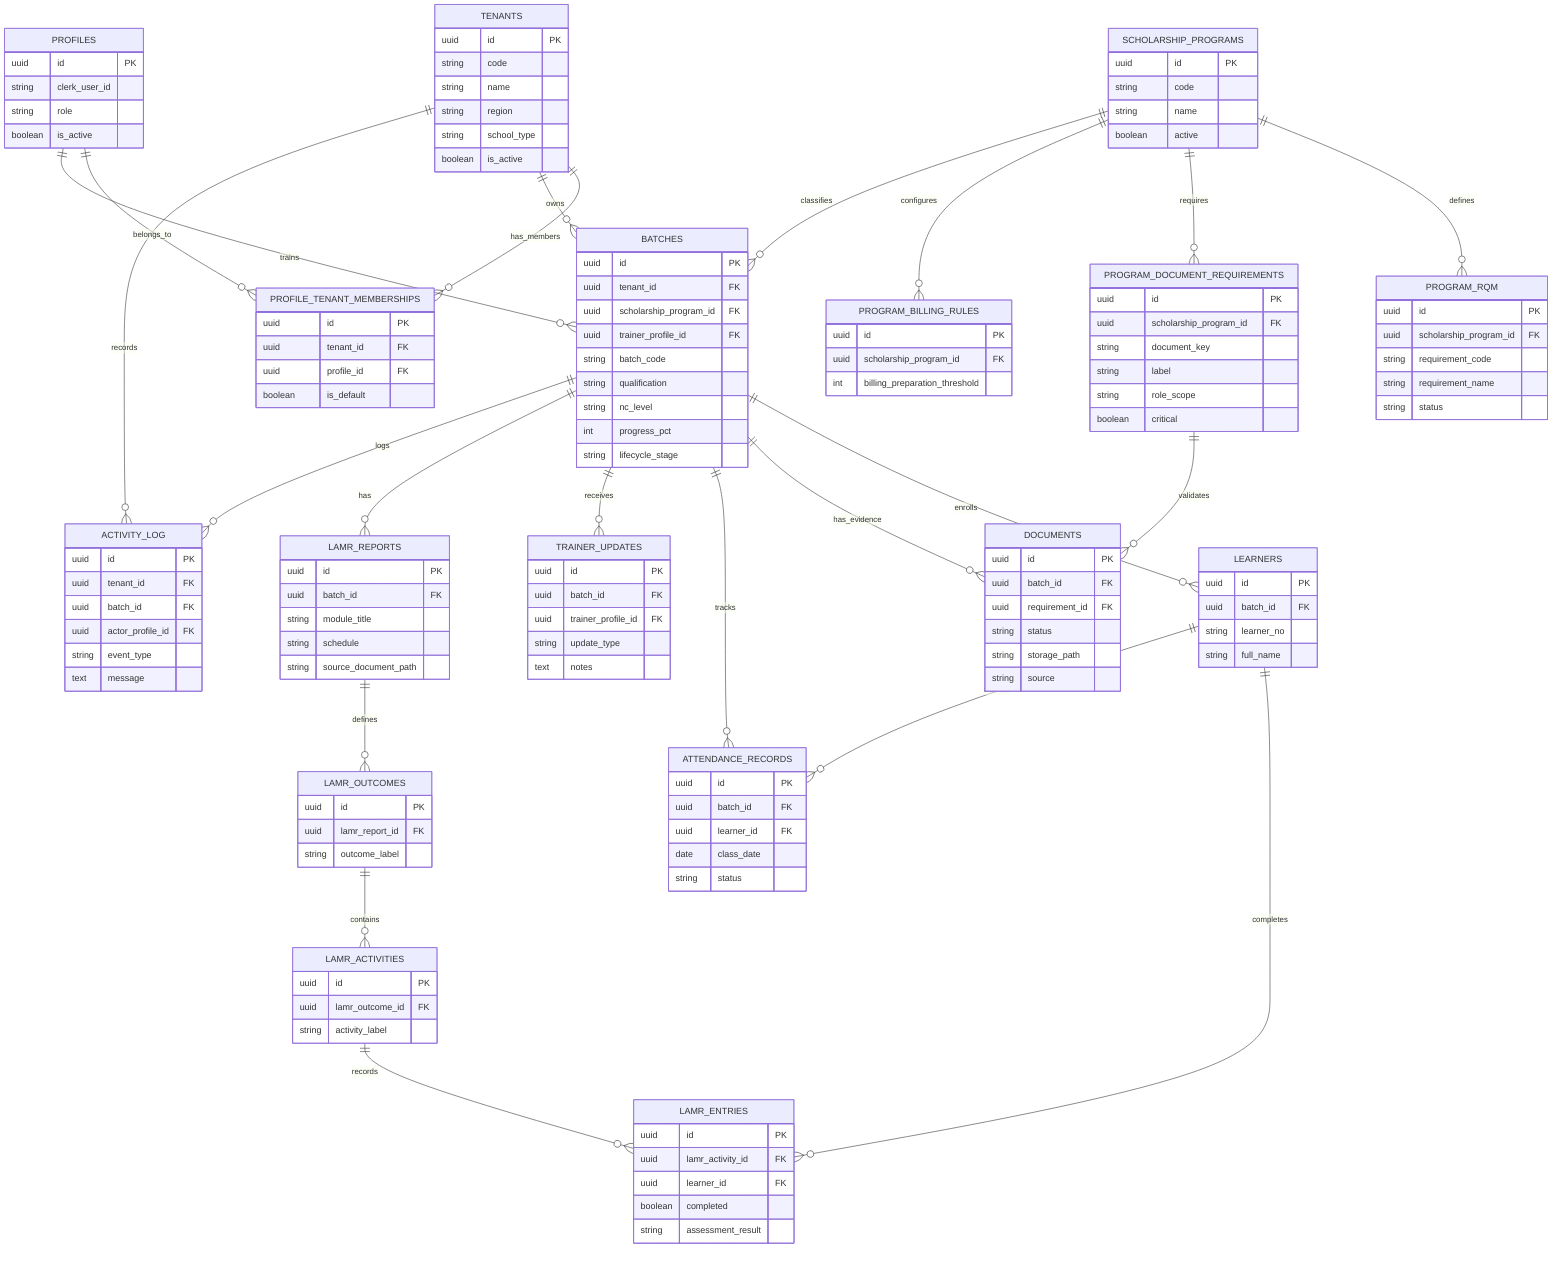
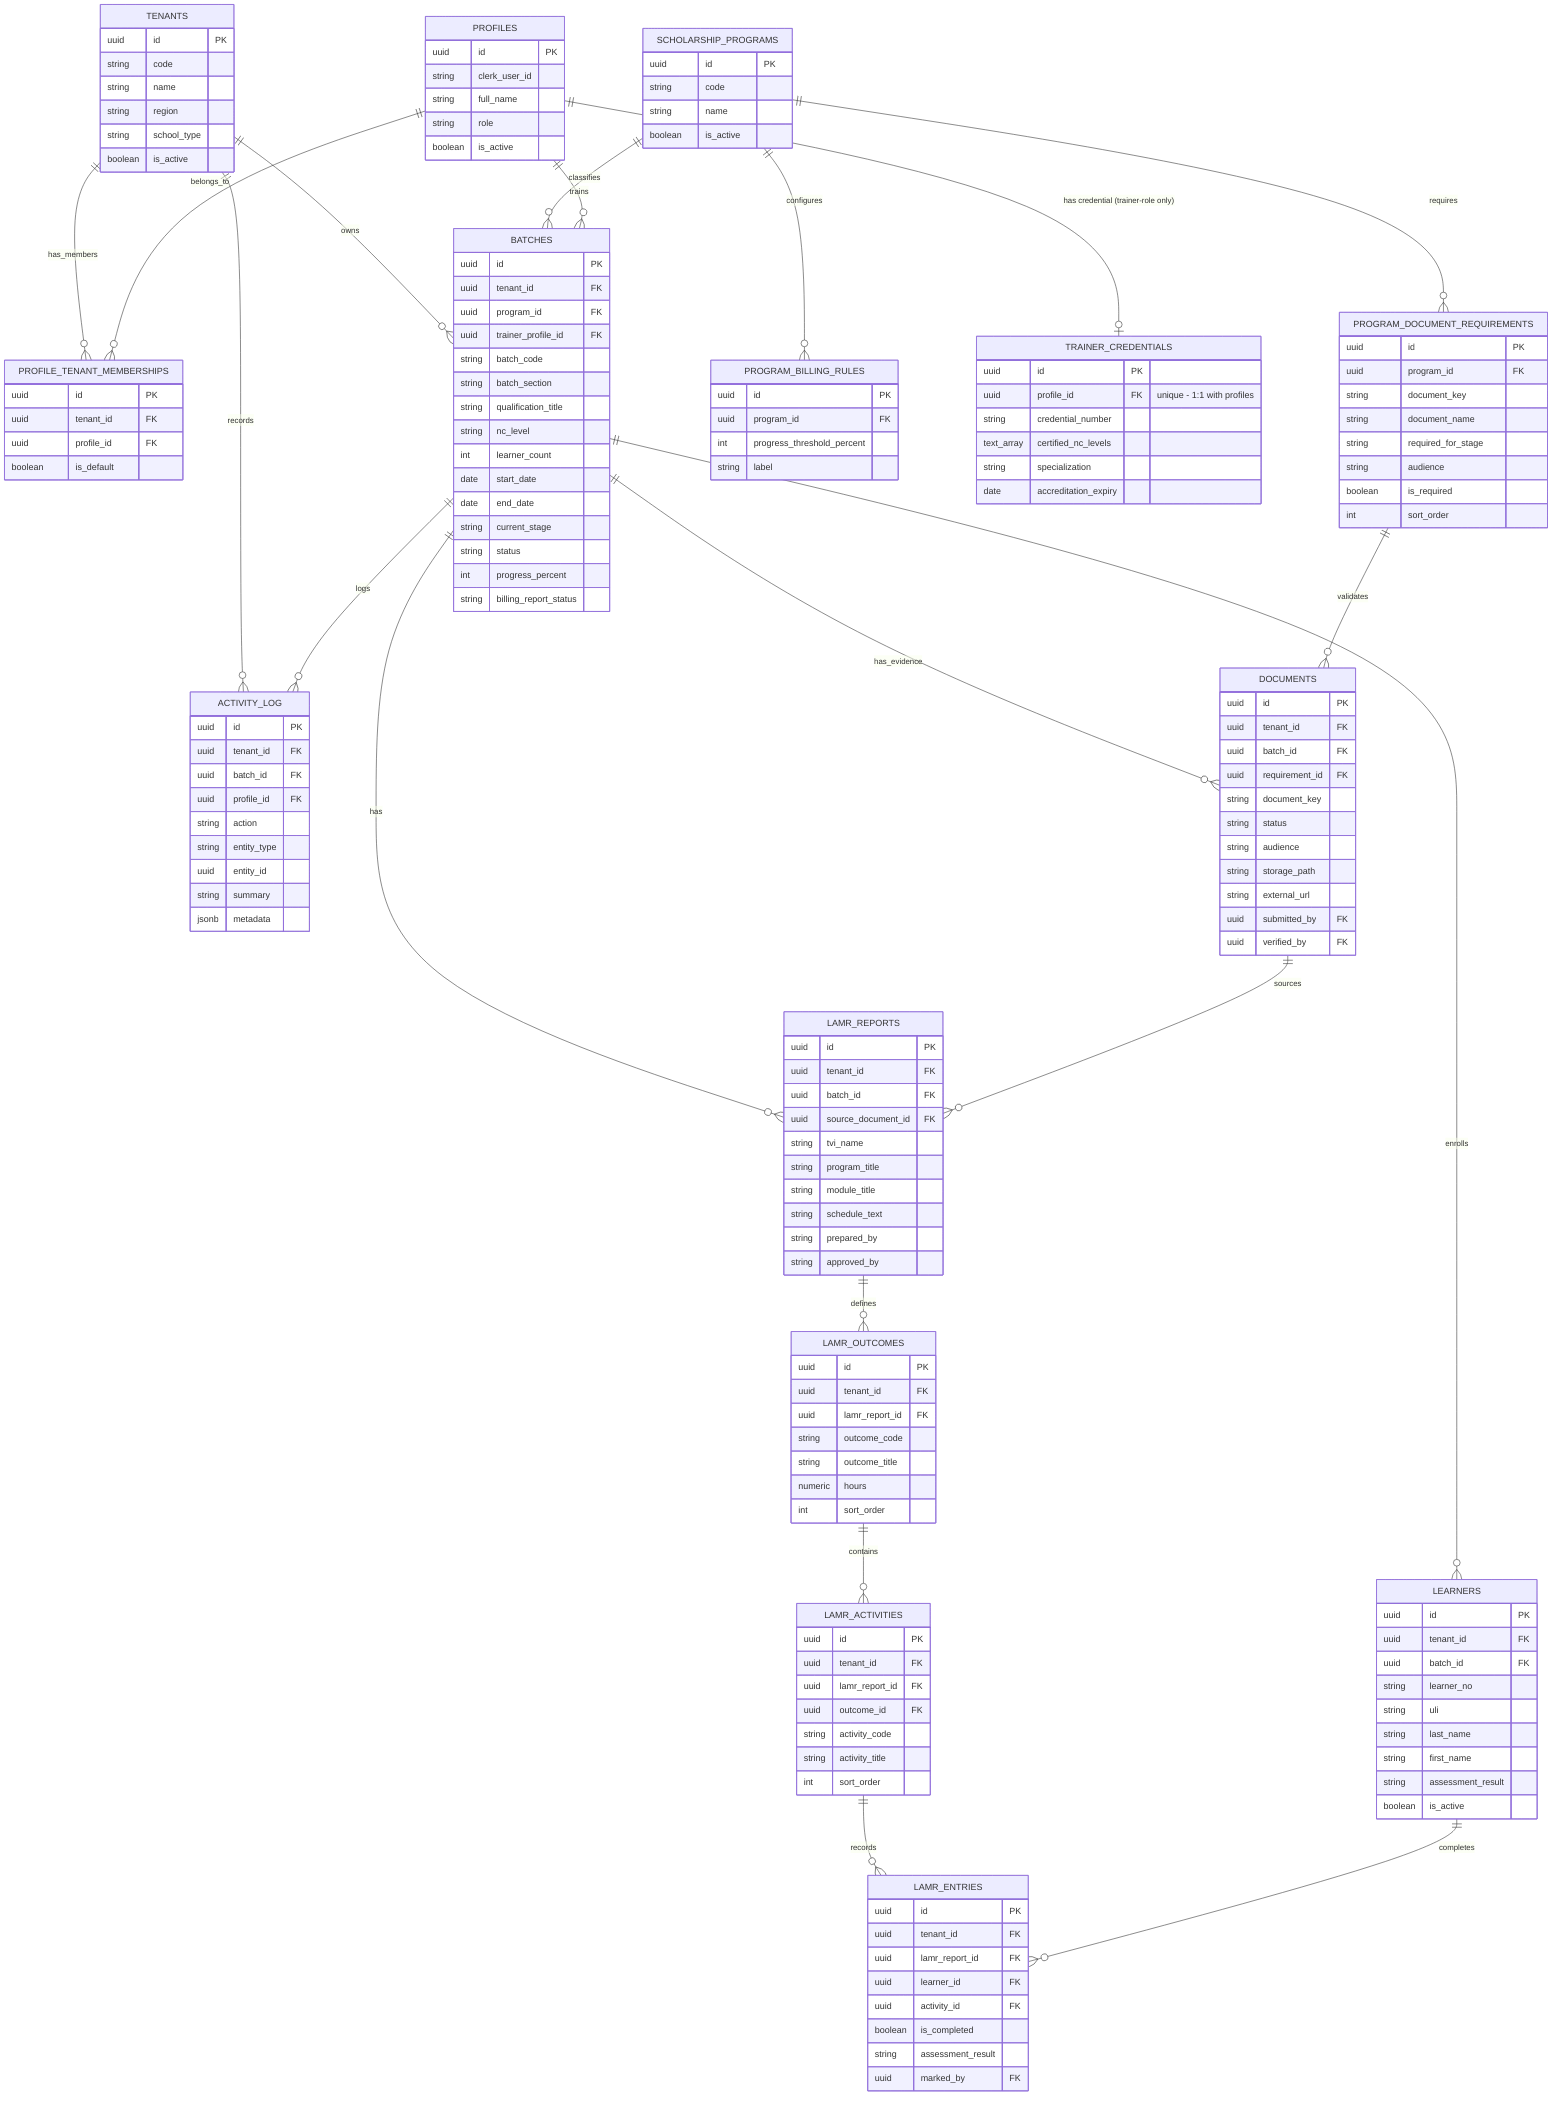
+ %% CURRENT schema only — matches supabase/migrations/20260528160300_create_tenant_scoped_schema.sql
+ %% Planned-but-not-yet-migrated tables/columns (ADR-001, TES-38) live in
+ %% "ADR-001 Planned Schema.mmd", not here.
erDiagram
  TENANTS ||--o{ PROFILE_TENANT_MEMBERSHIPS : has_members
  PROFILES ||--o{ PROFILE_TENANT_MEMBERSHIPS : belongs_to
  TENANTS ||--o{ BATCHES : owns
  TENANTS ||--o{ ACTIVITY_LOG : records

-   SCHOLARSHIP_PROGRAMS ||--o{ PROGRAM_RQM : defines
  SCHOLARSHIP_PROGRAMS ||--o{ PROGRAM_DOCUMENT_REQUIREMENTS : requires
  SCHOLARSHIP_PROGRAMS ||--o{ PROGRAM_BILLING_RULES : configures
  SCHOLARSHIP_PROGRAMS ||--o{ BATCHES : classifies

  PROFILES ||--o{ BATCHES : trains
+   PROFILES ||--o| TRAINER_CREDENTIALS : "has credential (trainer-role only)"
  BATCHES ||--o{ LEARNERS : enrolls
  BATCHES ||--o{ DOCUMENTS : has_evidence
-   BATCHES ||--o{ ATTENDANCE_RECORDS : tracks
-   BATCHES ||--o{ TRAINER_UPDATES : receives
  BATCHES ||--o{ LAMR_REPORTS : has
  BATCHES ||--o{ ACTIVITY_LOG : logs

  PROGRAM_DOCUMENT_REQUIREMENTS ||--o{ DOCUMENTS : validates

  LAMR_REPORTS ||--o{ LAMR_OUTCOMES : defines
  LAMR_OUTCOMES ||--o{ LAMR_ACTIVITIES : contains
  LAMR_ACTIVITIES ||--o{ LAMR_ENTRIES : records
  LEARNERS ||--o{ LAMR_ENTRIES : completes
-   LEARNERS ||--o{ ATTENDANCE_RECORDS : attends
+   DOCUMENTS ||--o{ LAMR_REPORTS : sources

  TENANTS {
    uuid id PK
    string code
    string name
    string region
    string school_type
    boolean is_active
  }

  PROFILES {
    uuid id PK
    string clerk_user_id
+     string full_name
    string role
    boolean is_active
  }

  PROFILE_TENANT_MEMBERSHIPS {
    uuid id PK
    uuid tenant_id FK
    uuid profile_id FK
    boolean is_default
  }

  SCHOLARSHIP_PROGRAMS {
    uuid id PK
    string code
    string name
-     boolean active
-   }
- 
-   PROGRAM_RQM {
-     uuid id PK
-     uuid scholarship_program_id FK
-     string requirement_code
-     string requirement_name
-     string status
+     boolean is_active
  }

  PROGRAM_DOCUMENT_REQUIREMENTS {
    uuid id PK
-     uuid scholarship_program_id FK
+     uuid program_id FK
    string document_key
-     string label
-     string role_scope
-     boolean critical
+     string document_name
+     string required_for_stage
+     string audience
+     boolean is_required
+     int sort_order
  }

  PROGRAM_BILLING_RULES {
    uuid id PK
-     uuid scholarship_program_id FK
-     int billing_preparation_threshold
+     uuid program_id FK
+     int progress_threshold_percent
+     string label
  }

  BATCHES {
    uuid id PK
    uuid tenant_id FK
-     uuid scholarship_program_id FK
+     uuid program_id FK
    uuid trainer_profile_id FK
    string batch_code
-     string qualification
+     string batch_section
+     string qualification_title
    string nc_level
-     int progress_pct
-     string lifecycle_stage
+     int learner_count
+     date start_date
+     date end_date
+     string current_stage
+     string status
+     int progress_percent
+     string billing_report_status
  }

  LEARNERS {
    uuid id PK
+     uuid tenant_id FK
    uuid batch_id FK
    string learner_no
-     string full_name
+     string uli
+     string last_name
+     string first_name
+     string assessment_result
+     boolean is_active
  }

  DOCUMENTS {
    uuid id PK
+     uuid tenant_id FK
    uuid batch_id FK
    uuid requirement_id FK
+     string document_key
    string status
+     string audience
    string storage_path
-     string source
-   }
- 
-   ATTENDANCE_RECORDS {
-     uuid id PK
-     uuid batch_id FK
-     uuid learner_id FK
-     date class_date
-     string status
-   }
- 
-   TRAINER_UPDATES {
-     uuid id PK
-     uuid batch_id FK
-     uuid trainer_profile_id FK
-     string update_type
-     text notes
+     string external_url
+     uuid submitted_by FK
+     uuid verified_by FK
  }

  LAMR_REPORTS {
    uuid id PK
+     uuid tenant_id FK
    uuid batch_id FK
+     uuid source_document_id FK
+     string tvi_name
+     string program_title
    string module_title
-     string schedule
-     string source_document_path
+     string schedule_text
+     string prepared_by
+     string approved_by
  }

  LAMR_OUTCOMES {
    uuid id PK
+     uuid tenant_id FK
    uuid lamr_report_id FK
-     string outcome_label
+     string outcome_code
+     string outcome_title
+     numeric hours
+     int sort_order
  }

  LAMR_ACTIVITIES {
    uuid id PK
-     uuid lamr_outcome_id FK
-     string activity_label
+     uuid tenant_id FK
+     uuid lamr_report_id FK
+     uuid outcome_id FK
+     string activity_code
+     string activity_title
+     int sort_order
  }

  LAMR_ENTRIES {
    uuid id PK
-     uuid lamr_activity_id FK
+     uuid tenant_id FK
+     uuid lamr_report_id FK
    uuid learner_id FK
-     boolean completed
+     uuid activity_id FK
+     boolean is_completed
    string assessment_result
+     uuid marked_by FK
  }

  ACTIVITY_LOG {
    uuid id PK
    uuid tenant_id FK
    uuid batch_id FK
-     uuid actor_profile_id FK
-     string event_type
-     text message
-   }+     uuid profile_id FK
+     string action
+     string entity_type
+     uuid entity_id
+     string summary
+     jsonb metadata
+   }
+ 
+   %% Added 2026-07-05 (Linear TES-69) via /grilling session on TVET Trainer
+   %% identity. No tenant_id: global like PROFILES itself (trainer can be
+   %% cross-school per ADR-001 M2). RLS: SELECT mirrors "read own or
+   %% same-tenant profiles"; INSERT/UPDATE is trainer-self-only
+   %% (profile_id = current_profile_id() and current_role() = 'trainer') -
+   %% admin/coordinator cannot edit, only view (verification happens via the
+   %% existing trainer_qual document review workflow instead).
+   TRAINER_CREDENTIALS {
+     uuid id PK
+     uuid profile_id FK "unique - 1:1 with profiles"
+     string credential_number
+     text_array certified_nc_levels
+     string specialization
+     date accreditation_expiry
+   }
